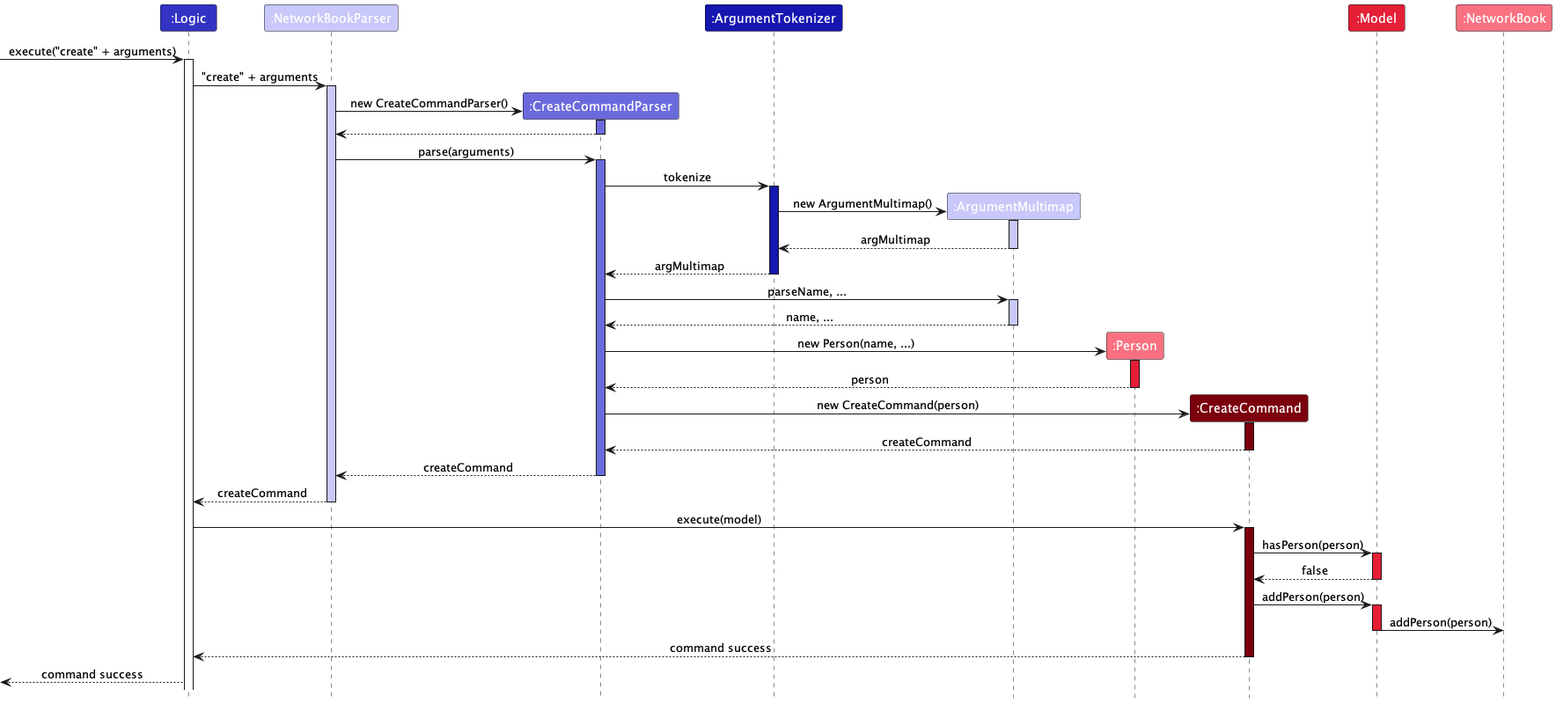
Before: docs/images/create/CreateDiagram.png, a diagram exported from PlantUML (nus-cs2103-AY2324S1/tp).
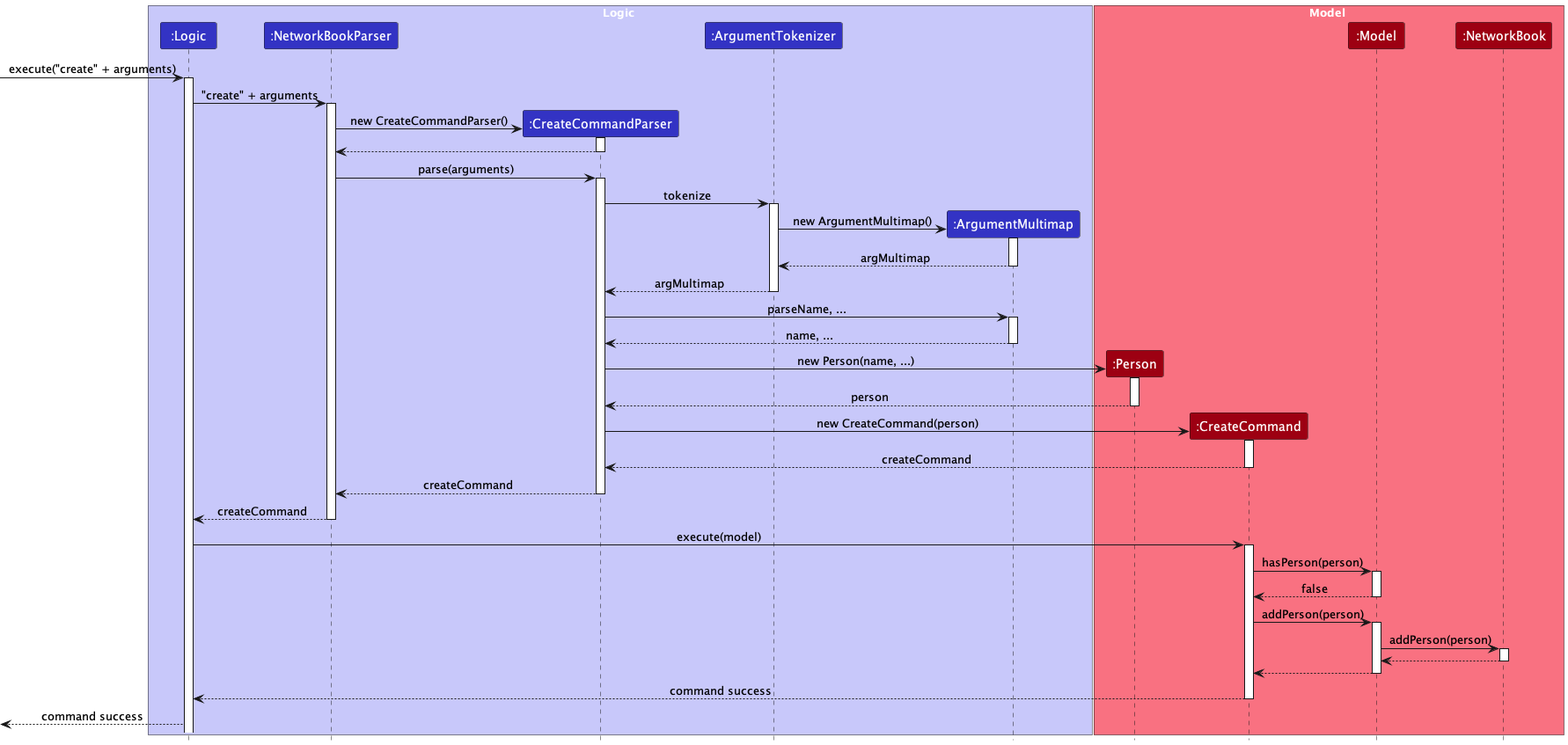
Above is the later version.

Commit message:
Relocate create diagram

What changed in the source:
```diff
@@ -2,38 +2,43 @@
 !include style.puml
 skinparam ArrowFontStyle plain
 
+box Logic LOGIC_COLOR_T1
 Participant ":Logic" as logic LOGIC_COLOR
-Participant ":NetworkBookParser" as networkBookParser LOGIC_COLOR_T1
-Participant ":CreateCommandParser" as createCommandParser LOGIC_COLOR_T2
-Participant ":ArgumentTokenizer" as ArgumentTokenizer LOGIC_COLOR_T3
-Participant ":ArgumentMultimap" as argMultimap LOGIC_COLOR_T1
-Participant ":Person" as person MODEL_COLOR_T1
-Participant ":CreateCommand" as createCommand MODEL_COLOR_T3
-Participant ":Model" as model MODEL_COLOR_T2
-Participant ":NetworkBook" as networkBook MODEL_COLOR_T1
+Participant ":NetworkBookParser" as networkBookParser LOGIC_COLOR
+Participant ":CreateCommandParser" as createCommandParser LOGIC_COLOR
+Participant ":ArgumentTokenizer" as ArgumentTokenizer LOGIC_COLOR
+Participant ":ArgumentMultimap" as argMultimap LOGIC_COLOR
+end box
+
+box Model MODEL_COLOR_T1
+Participant ":Person" as person MODEL_COLOR
+Participant ":CreateCommand" as createCommand MODEL_COLOR
+Participant ":Model" as model MODEL_COLOR
+Participant ":NetworkBook" as networkBook MODEL_COLOR
+end box
 
 -> logic : execute("create" + arguments)
 activate logic
 
 logic -> networkBookParser : "create" + arguments
-activate networkBookParser LOGIC_COLOR_T1
+activate networkBookParser
 
 create createCommandParser
 networkBookParser -> createCommandParser : new CreateCommandParser()
-activate createCommandParser LOGIC_COLOR_T2
+activate createCommandParser
 
 createCommandParser --> networkBookParser
 deactivate createCommandParser
 
 networkBookParser -> createCommandParser : parse(arguments)
-activate createCommandParser LOGIC_COLOR_T2
+activate createCommandParser
 
 createCommandParser -> ArgumentTokenizer : tokenize
-activate ArgumentTokenizer LOGIC_COLOR_T3
+activate ArgumentTokenizer
 
 create argMultimap
 ArgumentTokenizer -> argMultimap : new ArgumentMultimap()
-activate argMultimap LOGIC_COLOR_T1
+activate argMultimap
 argMultimap --> ArgumentTokenizer : argMultimap
 deactivate argMultimap
 
@@ -41,19 +46,19 @@
 deactivate ArgumentTokenizer
 
 createCommandParser -> argMultimap : parseName, ...
-activate argMultimap LOGIC_COLOR_T1
+activate argMultimap
 argMultimap --> createCommandParser : name, ...
 deactivate argMultimap
 
 create person
 createCommandParser -> person : new Person(name, ...)
-activate person MODEL_COLOR_T2
+activate person
 person --> createCommandParser : person
 deactivate person
 
 create createCommand
 createCommandParser -> createCommand : new CreateCommand(person)
-activate createCommand MODEL_COLOR_T3
+activate createCommand
 
 createCommand --> createCommandParser : createCommand
 deactivate createCommand
@@ -65,16 +70,20 @@
 deactivate networkBookParser
 
 logic -> createCommand: execute(model)
-activate createCommand MODEL_COLOR_T3
+activate createCommand
 
 createCommand -> model : hasPerson(person)
-activate model MODEL_COLOR_T2
+activate model
 model --> createCommand : false
 deactivate model
 
 createCommand -> model : addPerson(person)
-activate model MODEL_COLOR_T2
+activate model
 model -> networkBook : addPerson(person)
+activate networkBook
+networkBook --> model :
+deactivate networkBook
+model --> createCommand :
 deactivate model
 
 createCommand --> logic : command success
```
